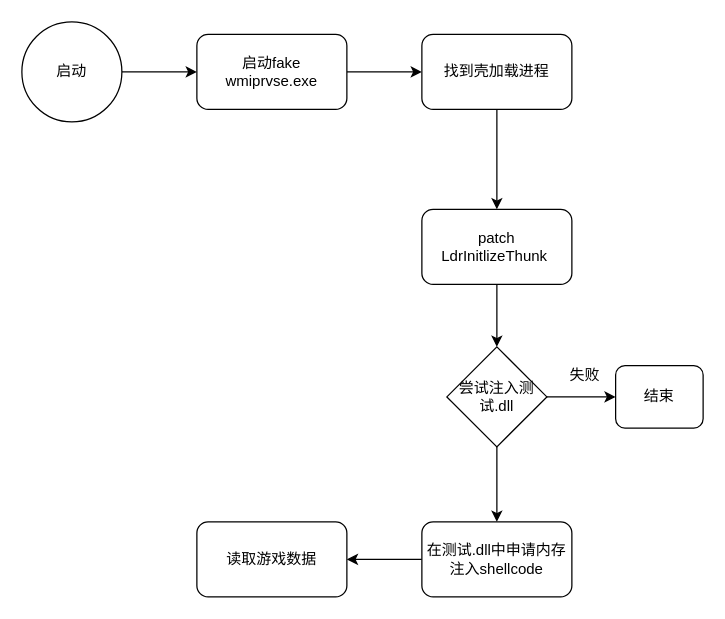
Before: testDirectory/花蝴蝶.drawio in Moose1273/-, a draw.io diagram. Source tidied: cells renumbered, new cells numbered last; positions are measured from the earlier drawing's top-left corner, leaving out a move shared by most shapes. Both pictures are drawn from the tidied source at 125%, with x=0, y=0 at pixel (21, 21).
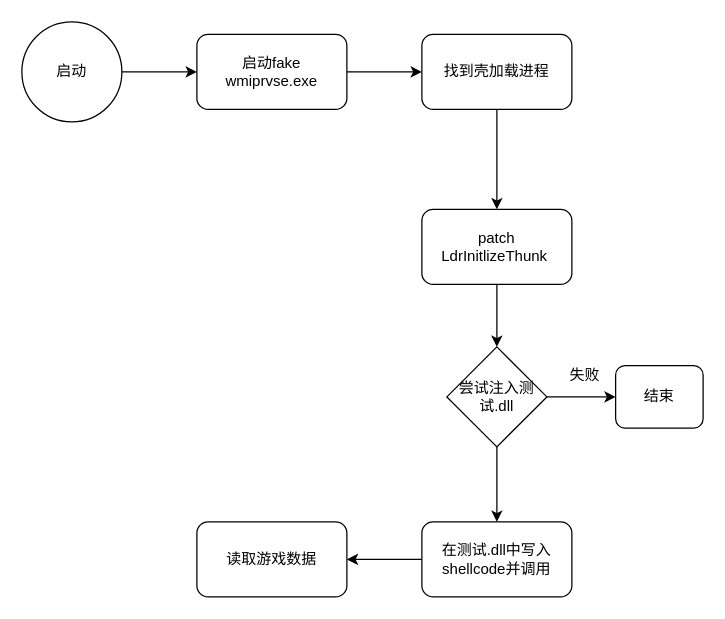
The same diagram, later.

Commit message (it also covers changes not shown here):
更新花蝴蝶.drawio

Diff of the diagram source:
```diff
@@
 <mxGraphModel>
   <root>
     <mxCell id="0" />
     <mxCell id="1" parent="0" />
     <mxCell id="2" style="edgeStyle=orthogonalEdgeStyle;rounded=0;jettySize=auto;html=1;" parent="1" edge="1" source="3" target="7">
       <mxGeometry relative="1" as="geometry" />
     </mxCell>
     <mxCell id="3" value="启动fake wmiprvse.exe" style="rounded=1;whiteSpace=wrap;html=1;" parent="1" vertex="1">
       <mxGeometry x="140" y="10" width="120" height="60" as="geometry" />
     </mxCell>
     <mxCell id="4" style="edgeStyle=orthogonalEdgeStyle;rounded=0;jettySize=auto;html=1;" parent="1" edge="1" source="5" target="3">
       <mxGeometry relative="1" as="geometry" />
     </mxCell>
     <mxCell id="5" value="启动" style="ellipse;whiteSpace=wrap;html=1;" parent="1" vertex="1">
       <mxGeometry width="80" height="80" as="geometry" />
     </mxCell>
     <mxCell id="6" style="edgeStyle=orthogonalEdgeStyle;rounded=0;jettySize=auto;html=1;" parent="1" edge="1" source="7" target="12">
       <mxGeometry relative="1" as="geometry" />
     </mxCell>
     <mxCell id="7" value="找到壳加载进程" style="rounded=1;whiteSpace=wrap;html=1;" parent="1" vertex="1">
       <mxGeometry x="320" y="10" width="120" height="60" as="geometry" />
     </mxCell>
     <mxCell id="8" style="edgeStyle=orthogonalEdgeStyle;rounded=0;jettySize=auto;html=1;" parent="1" edge="1" source="10" target="13">
       <mxGeometry relative="1" as="geometry" />
     </mxCell>
     <mxCell id="9" style="edgeStyle=orthogonalEdgeStyle;rounded=0;jettySize=auto;html=1;" parent="1" edge="1" source="10" target="16">
       <mxGeometry relative="1" as="geometry" />
     </mxCell>
     <mxCell id="10" value="尝试注入测试.dll" style="rhombus;whiteSpace=wrap;html=1;" parent="1" vertex="1">
       <mxGeometry x="340" y="260" width="80" height="80" as="geometry" />
     </mxCell>
     <mxCell id="11" style="edgeStyle=orthogonalEdgeStyle;rounded=0;jettySize=auto;html=1;" parent="1" edge="1" source="12" target="10">
       <mxGeometry relative="1" as="geometry" />
     </mxCell>
     <mxCell id="12" value="patch LdrInitlizeThunk&amp;nbsp;" style="whiteSpace=wrap;html=1;rounded=1;" parent="1" vertex="1">
       <mxGeometry x="320" y="150" width="120" height="60" as="geometry" />
     </mxCell>
     <mxCell id="13" value="结束" style="rounded=1;whiteSpace=wrap;html=1;" parent="1" vertex="1">
       <mxGeometry x="475" y="275" width="70" height="50" as="geometry" />
     </mxCell>
     <mxCell id="14" value="失败" style="text;html=1;align=center;verticalAlign=middle;strokeColor=none;fillColor=none;" parent="1" vertex="1">
       <mxGeometry x="425" y="268" width="50" height="30" as="geometry" />
     </mxCell>
     <mxCell id="15" style="edgeStyle=orthogonalEdgeStyle;rounded=0;jettySize=auto;html=1;" parent="1" edge="1" source="16" target="17">
       <mxGeometry relative="1" as="geometry" />
     </mxCell>
-    <mxCell id="16" value="在测试.dll中申请内存注入shellcode" style="rounded=1;whiteSpace=wrap;html=1;" parent="1" vertex="1">
+    <mxCell id="16" value="在测试.dll中写入shellcode并调用" style="rounded=1;whiteSpace=wrap;html=1;" parent="1" vertex="1">
       <mxGeometry x="320" y="400" width="120" height="60" as="geometry" />
     </mxCell>
     <mxCell id="17" value="读取游戏数据" style="rounded=1;whiteSpace=wrap;html=1;" parent="1" vertex="1">
       <mxGeometry x="140" y="400" width="120" height="60" as="geometry" />
     </mxCell>
   </root>
 </mxGraphModel>
```
